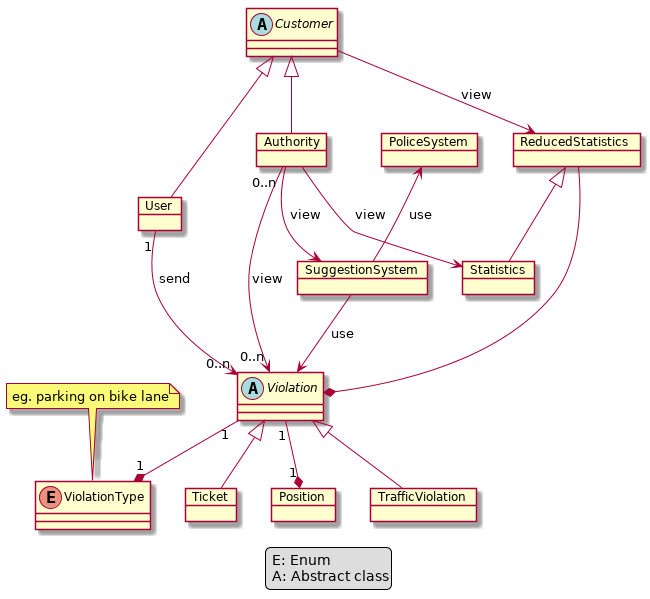
GiorgioUghini/SafeStreets keeps this PlantUML diagram as RASD/images/Class Diagram.png. Above is the earlier version.
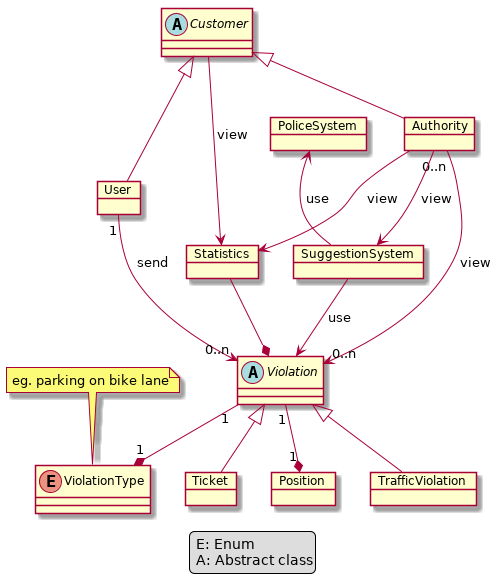
The same diagram one commit later.

Commit message:
Fix class diagram

Change to the diagram source:
```diff
@@ -15,7 +15,6 @@
 object TrafficViolation
 object Ticket
 object Position
-object ReducedStatistics
 object Statistics
 object SuggestionSystem
 object PoliceSystem
@@ -24,9 +23,8 @@
 
 Customer <|-- User
 Customer <|-- Authority
-Customer --> ReducedStatistics : view
-ReducedStatistics --* Violation
-ReducedStatistics <|-- Statistics
+Customer --> Statistics : view
+Statistics --* Violation
 Authority --> Statistics : view
 User "1" --> "0..n" Violation : send
 Authority "0..n" --> "0..n" Violation : view
```
